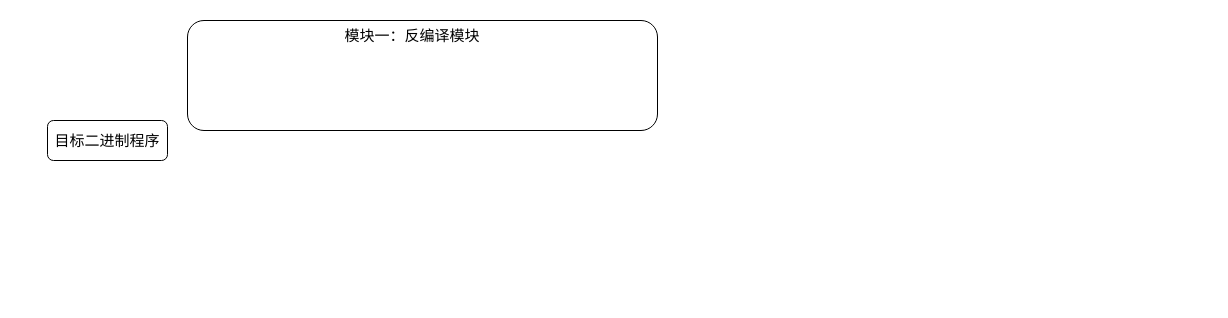
hourhl/Draw-io keeps this draw.io diagram as MindMap/whole-tech.drawio. Above is the earlier version. Source tidied: cells renumbered, new cells numbered last; positions are measured from the earlier drawing's top-left corner, leaving out a move shared by most shapes. Both pictures are drawn from the tidied source at 100%, with x=0, y=0 at pixel (47, 20).
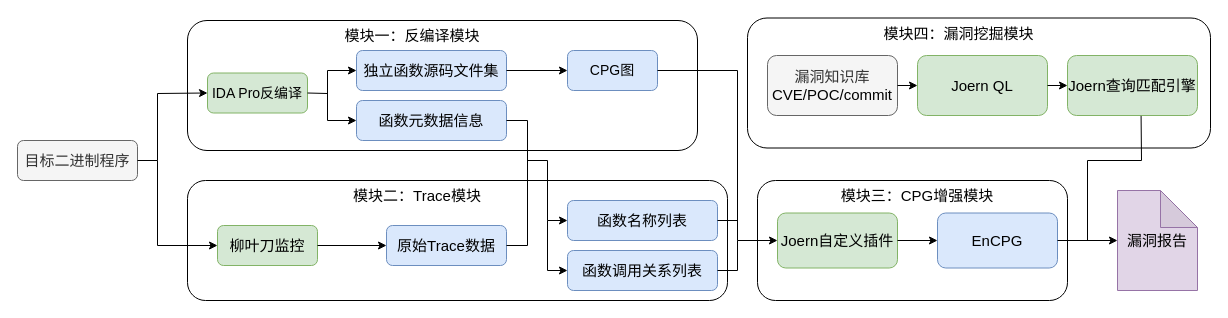
Above is the later version.

Change to the diagram source:
```diff
@@
-    <mxCell id="2" value="&lt;font style=&quot;font-size: 15px;&quot;&gt;目标二进制程序&lt;/font&gt;" style="rounded=1;whiteSpace=wrap;html=1;" parent="1" vertex="1">
-      <mxGeometry y="100" width="120" height="40" as="geometry" />
+    <mxCell id="2" value="&lt;font style=&quot;font-size: 15px;&quot;&gt;目标二进制程序&lt;/font&gt;" style="rounded=1;whiteSpace=wrap;html=1;fillColor=#f5f5f5;fontColor=#333333;strokeColor=#666666;" parent="1" vertex="1">
+      <mxGeometry x="-30" y="120" width="120" height="40" as="geometry" />
     </mxCell>
     <mxCell id="3" style="rounded=1;whiteSpace=wrap;html=1;" parent="1" vertex="1">
-      <mxGeometry x="140" width="470" height="110" as="geometry" />
+      <mxGeometry x="140" width="510" height="130" as="geometry" />
     </mxCell>
@@
+    <mxCell id="6" value="&lt;span style=&quot;font-size: 15px;&quot;&gt;独立函数源码文件集&lt;/span&gt;" style="rounded=1;whiteSpace=wrap;html=1;fillColor=#dae8fc;strokeColor=#6c8ebf;" parent="1" vertex="1">
+      <mxGeometry x="309" y="30" width="150" height="40" as="geometry" />
+    </mxCell>
+    <mxCell id="7" value="&lt;font style=&quot;font-size: 14px;&quot;&gt;IDA Pro反编译&lt;/font&gt;" style="rounded=1;whiteSpace=wrap;html=1;fillColor=#d5e8d4;strokeColor=#82b366;" parent="1" vertex="1">
+      <mxGeometry x="160" y="52.5" width="100" height="40" as="geometry" />
+    </mxCell>
+    <mxCell id="8" value="&lt;font style=&quot;font-size: 14px;&quot;&gt;CPG图&lt;/font&gt;" style="rounded=1;whiteSpace=wrap;html=1;fillColor=#dae8fc;strokeColor=#6c8ebf;" parent="1" vertex="1">
+      <mxGeometry x="520" y="30" width="90" height="40" as="geometry" />
+    </mxCell>
+    <mxCell id="9" style="rounded=1;whiteSpace=wrap;html=1;" parent="1" vertex="1">
+      <mxGeometry x="140" y="160" width="540" height="120" as="geometry" />
+    </mxCell>
+    <mxCell id="10" value="&lt;font style=&quot;font-size: 15px;&quot;&gt;模块二：Trace模块&lt;/font&gt;" style="text;html=1;whiteSpace=wrap;strokeColor=none;fillColor=none;align=center;verticalAlign=middle;rounded=0;" parent="1" vertex="1">
+      <mxGeometry x="300" y="160" width="140" height="30" as="geometry" />
+    </mxCell>
+    <mxCell id="11" value="&lt;font style=&quot;font-size: 15px;&quot;&gt;柳叶刀监控&lt;/font&gt;" style="rounded=1;whiteSpace=wrap;html=1;fillColor=#d5e8d4;strokeColor=#82b366;" parent="1" vertex="1">
+      <mxGeometry x="170" y="205" width="100" height="40" as="geometry" />
+    </mxCell>
+    <mxCell id="12" value="&lt;font style=&quot;font-size: 15px;&quot;&gt;原始Trace数据&lt;/font&gt;" style="rounded=1;whiteSpace=wrap;html=1;fillColor=#dae8fc;strokeColor=#6c8ebf;" parent="1" vertex="1">
+      <mxGeometry x="339" y="205" width="120" height="40" as="geometry" />
+    </mxCell>
+    <mxCell id="13" value="&lt;span style=&quot;font-size: 15px;&quot;&gt;函数元数据信息&lt;/span&gt;" style="rounded=1;whiteSpace=wrap;html=1;fillColor=#dae8fc;strokeColor=#6c8ebf;" parent="1" vertex="1">
+      <mxGeometry x="309" y="80" width="150" height="40" as="geometry" />
+    </mxCell>
+    <mxCell id="14" value="&lt;span style=&quot;font-size: 15px;&quot;&gt;函数名称列表&lt;/span&gt;" style="rounded=1;whiteSpace=wrap;html=1;fillColor=#dae8fc;strokeColor=#6c8ebf;" parent="1" vertex="1">
+      <mxGeometry x="520" y="180" width="150" height="40" as="geometry" />
+    </mxCell>
+    <mxCell id="15" value="&lt;span style=&quot;font-size: 15px;&quot;&gt;函数调用关系列表&lt;/span&gt;" style="rounded=1;whiteSpace=wrap;html=1;fillColor=#dae8fc;strokeColor=#6c8ebf;" parent="1" vertex="1">
+      <mxGeometry x="520" y="230" width="150" height="40" as="geometry" />
+    </mxCell>
+    <mxCell id="16" style="rounded=1;whiteSpace=wrap;html=1;" parent="1" vertex="1">
+      <mxGeometry x="710" y="160" width="310" height="120" as="geometry" />
+    </mxCell>
+    <mxCell id="17" value="&lt;font style=&quot;font-size: 15px;&quot;&gt;模块三：CPG增强模块&lt;/font&gt;" style="text;html=1;whiteSpace=wrap;strokeColor=none;fillColor=none;align=center;verticalAlign=middle;rounded=0;" parent="1" vertex="1">
+      <mxGeometry x="780" y="160" width="180" height="30" as="geometry" />
+    </mxCell>
+    <mxCell id="18" value="&lt;font style=&quot;font-size: 15px;&quot;&gt;Joern自定义插件&lt;/font&gt;" style="rounded=1;whiteSpace=wrap;html=1;fillColor=#d5e8d4;strokeColor=#82b366;" parent="1" vertex="1">
+      <mxGeometry x="730" y="192.5" width="120" height="55" as="geometry" />
+    </mxCell>
+    <mxCell id="19" value="&lt;font style=&quot;font-size: 15px;&quot;&gt;EnCPG&lt;/font&gt;" style="rounded=1;whiteSpace=wrap;html=1;fillColor=#dae8fc;strokeColor=#6c8ebf;" parent="1" vertex="1">
+      <mxGeometry x="890" y="192.5" width="120" height="55" as="geometry" />
+    </mxCell>
+    <mxCell id="20" style="rounded=1;whiteSpace=wrap;html=1;" parent="1" vertex="1">
+      <mxGeometry x="700" y="-2.5" width="463" height="130" as="geometry" />
+    </mxCell>
+    <mxCell id="21" value="&lt;font style=&quot;font-size: 15px;&quot;&gt;模块四：漏洞挖掘模块&lt;/font&gt;" style="text;html=1;whiteSpace=wrap;strokeColor=none;fillColor=none;align=center;verticalAlign=middle;rounded=0;" parent="1" vertex="1">
+      <mxGeometry x="830" y="-2.5" width="163" height="30" as="geometry" />
+    </mxCell>
+    <mxCell id="22" value="&lt;font style=&quot;font-size: 15px;&quot;&gt;漏洞知识库&lt;/font&gt;&lt;div&gt;&lt;span style=&quot;background-color: transparent; color: light-dark(rgb(0, 0, 0), rgb(255, 255, 255));&quot;&gt;&lt;font style=&quot;font-size: 15px;&quot;&gt;CVE/POC/commit&lt;/font&gt;&lt;/span&gt;&lt;/div&gt;" style="rounded=1;whiteSpace=wrap;html=1;fillColor=#f5f5f5;fontColor=#333333;strokeColor=#666666;" parent="1" vertex="1">
+      <mxGeometry x="720" y="35" width="130" height="60" as="geometry" />
+    </mxCell>
+    <mxCell id="23" value="&lt;span style=&quot;font-size: 15px;&quot;&gt;Joern QL&lt;/span&gt;" style="rounded=1;whiteSpace=wrap;html=1;fillColor=#d5e8d4;strokeColor=#82b366;" parent="1" vertex="1">
+      <mxGeometry x="870" y="35" width="130" height="60" as="geometry" />
+    </mxCell>
+    <mxCell id="24" value="&lt;span style=&quot;font-size: 15px;&quot;&gt;Joern查询匹配引擎&lt;/span&gt;" style="rounded=1;whiteSpace=wrap;html=1;fillColor=#d5e8d4;strokeColor=#82b366;" parent="1" vertex="1">
+      <mxGeometry x="1020" y="35" width="130" height="60" as="geometry" />
+    </mxCell>
+    <mxCell id="25" value="&lt;font style=&quot;font-size: 15px;&quot;&gt;漏洞报告&lt;/font&gt;" style="shape=note;whiteSpace=wrap;html=1;backgroundOutline=1;darkOpacity=0.05;size=37;fillColor=#e1d5e7;strokeColor=#9673a6;" parent="1" vertex="1">
+      <mxGeometry x="1070" y="170" width="80" height="100" as="geometry" />
+    </mxCell>
+    <mxCell id="26" style="endArrow=classic;html=1;rounded=0;entryX=0;entryY=0.5;entryDx=0;entryDy=0;exitX=1;exitY=0.5;exitDx=0;exitDy=0;" parent="1" edge="1" source="2" target="11">
+      <mxGeometry relative="1" as="geometry">
+        <Array as="points">
+          <mxPoint x="110" y="140" />
+          <mxPoint x="110" y="225" />
+        </Array>
+      </mxGeometry>
+    </mxCell>
+    <mxCell id="27" style="endArrow=classic;html=1;rounded=0;entryX=0;entryY=0.5;entryDx=0;entryDy=0;" parent="1" edge="1" target="7">
+      <mxGeometry relative="1" as="geometry">
+        <mxPoint x="110" y="140" as="sourcePoint" />
+        <Array as="points">
+          <mxPoint x="110" y="73" />
+        </Array>
+      </mxGeometry>
+    </mxCell>
+    <mxCell id="28" style="endArrow=classic;html=1;rounded=0;exitX=1;exitY=0.5;exitDx=0;exitDy=0;entryX=0;entryY=0.5;entryDx=0;entryDy=0;" parent="1" edge="1" source="7" target="6">
+      <mxGeometry relative="1" as="geometry">
+        <Array as="points">
+          <mxPoint x="280" y="73" />
+          <mxPoint x="280" y="50" />
+        </Array>
+      </mxGeometry>
+    </mxCell>
+    <mxCell id="29" style="endArrow=classic;html=1;rounded=0;entryX=0;entryY=0.5;entryDx=0;entryDy=0;" parent="1" edge="1" target="13">
+      <mxGeometry relative="1" as="geometry">
+        <mxPoint x="280" y="70" as="sourcePoint" />
+        <Array as="points">
+          <mxPoint x="280" y="100" />
+        </Array>
+      </mxGeometry>
+    </mxCell>
+    <mxCell id="30" style="endArrow=classic;html=1;rounded=0;exitX=1;exitY=0.5;exitDx=0;exitDy=0;entryX=0;entryY=0.5;entryDx=0;entryDy=0;" parent="1" edge="1" source="6" target="8">
+      <mxGeometry relative="1" as="geometry" />
+    </mxCell>
+    <mxCell id="31" style="endArrow=classic;html=1;rounded=0;exitX=1;exitY=0.5;exitDx=0;exitDy=0;" parent="1" edge="1" source="11" target="12">
+      <mxGeometry relative="1" as="geometry" />
+    </mxCell>
+    <mxCell id="32" style="endArrow=none;html=1;rounded=0;exitX=1;exitY=0.5;exitDx=0;exitDy=0;entryX=1;entryY=0.5;entryDx=0;entryDy=0;" parent="1" edge="1" source="12" target="13">
+      <mxGeometry relative="1" as="geometry">
+        <Array as="points">
+          <mxPoint x="480" y="225" />
+          <mxPoint x="480" y="100" />
+        </Array>
+      </mxGeometry>
+    </mxCell>
+    <mxCell id="33" style="endArrow=classic;html=1;rounded=0;entryX=0;entryY=0.5;entryDx=0;entryDy=0;" parent="1" edge="1" target="14">
+      <mxGeometry relative="1" as="geometry">
+        <mxPoint x="480" y="140" as="sourcePoint" />
+        <Array as="points">
+          <mxPoint x="500" y="140" />
+          <mxPoint x="500" y="200" />
+        </Array>
+      </mxGeometry>
+    </mxCell>
+    <mxCell id="34" style="endArrow=classic;html=1;rounded=0;entryX=0;entryY=0.5;entryDx=0;entryDy=0;" parent="1" edge="1" target="15">
+      <mxGeometry relative="1" as="geometry">
+        <mxPoint x="500" y="200" as="sourcePoint" />
+        <Array as="points">
+          <mxPoint x="500" y="250" />
+        </Array>
+      </mxGeometry>
+    </mxCell>
+    <mxCell id="35" style="endArrow=classic;html=1;rounded=0;exitX=1;exitY=0.5;exitDx=0;exitDy=0;entryX=0;entryY=0.5;entryDx=0;entryDy=0;" parent="1" edge="1" source="8" target="18">
+      <mxGeometry relative="1" as="geometry">
+        <Array as="points">
+          <mxPoint x="690" y="50" />
+          <mxPoint x="690" y="220" />
+        </Array>
+      </mxGeometry>
+    </mxCell>
+    <mxCell id="36" style="endArrow=none;html=1;rounded=0;exitX=1;exitY=0.5;exitDx=0;exitDy=0;" parent="1" edge="1" source="14">
+      <mxGeometry relative="1" as="geometry">
+        <mxPoint x="690" y="200" as="targetPoint" />
+      </mxGeometry>
+    </mxCell>
+    <mxCell id="37" style="endArrow=none;html=1;rounded=0;exitX=1;exitY=0.5;exitDx=0;exitDy=0;" parent="1" edge="1" source="15">
+      <mxGeometry relative="1" as="geometry">
+        <mxPoint x="690" y="220" as="targetPoint" />
+        <Array as="points">
+          <mxPoint x="690" y="250" />
+        </Array>
+      </mxGeometry>
+    </mxCell>
+    <mxCell id="38" style="endArrow=classic;html=1;rounded=0;exitX=1;exitY=0.5;exitDx=0;exitDy=0;entryX=0;entryY=0.5;entryDx=0;entryDy=0;" parent="1" edge="1" source="18" target="19">
+      <mxGeometry relative="1" as="geometry" />
+    </mxCell>
+    <mxCell id="39" style="endArrow=classic;html=1;rounded=0;exitX=1;exitY=0.5;exitDx=0;exitDy=0;entryX=0;entryY=0.5;entryDx=0;entryDy=0;" parent="1" edge="1" source="22" target="23">
+      <mxGeometry relative="1" as="geometry" />
+    </mxCell>
+    <mxCell id="40" style="endArrow=classic;html=1;rounded=0;exitX=1;exitY=0.5;exitDx=0;exitDy=0;entryX=0;entryY=0.5;entryDx=0;entryDy=0;" parent="1" edge="1" source="23" target="24">
+      <mxGeometry relative="1" as="geometry" />
+    </mxCell>
+    <mxCell id="41" style="endArrow=classic;html=1;rounded=0;exitX=1;exitY=0.5;exitDx=0;exitDy=0;entryX=0;entryY=0.5;entryDx=0;entryDy=0;entryPerimeter=0;" parent="1" edge="1" source="19" target="25">
+      <mxGeometry relative="1" as="geometry" />
+    </mxCell>
+    <mxCell id="42" style="endArrow=none;html=1;rounded=0;exitX=0.566;exitY=1.007;exitDx=0;exitDy=0;exitPerimeter=0;" parent="1" edge="1" source="24">
+      <mxGeometry relative="1" as="geometry">
+        <mxPoint x="1040" y="220" as="targetPoint" />
+        <Array as="points">
+          <mxPoint x="1094" y="140" />
+          <mxPoint x="1040" y="140" />
+        </Array>
+      </mxGeometry>
+    </mxCell>
```
